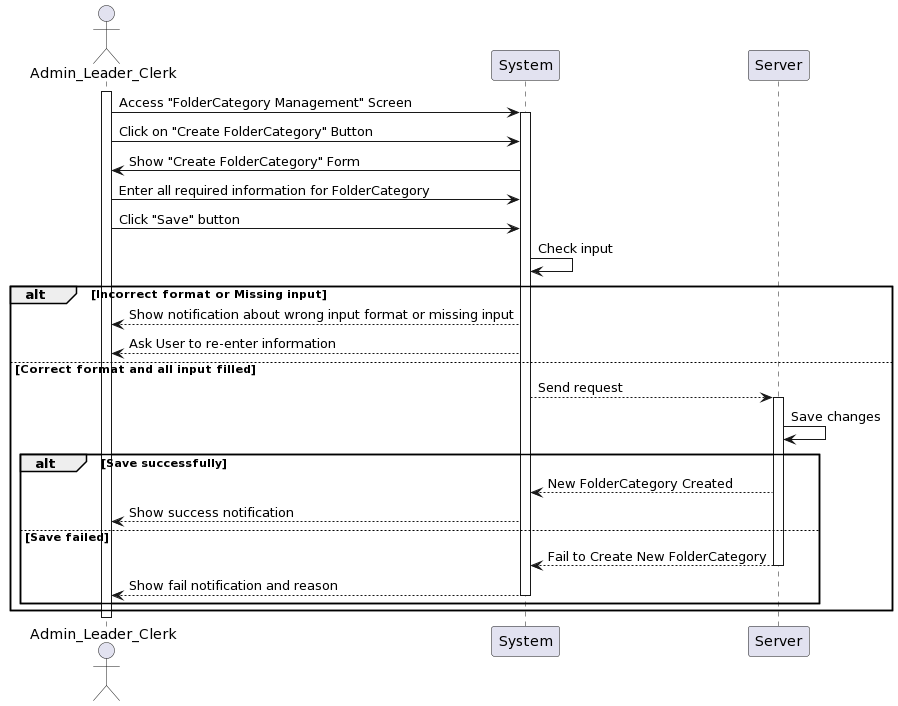
khoapham1003/SE357-Pratice-class keeps this PlantUML diagram as Lab1/Lab1.2/SequenceDiagram/FolderCategory/CreateFolderCategory/CreateFolderCategory_SequenceDiagram.png. Above is the earlier version. Its diagram source:
```plantuml
@startuml
actor Admin_Leader_Clerk as User
participant System
participant Server

activate User
User -> System: Access "FolderCategory Management" Screen
activate System
User -> System: Click on "Create FolderCategory" Button
System -> User: Show "Create FolderCategory" Form
User -> System: Enter all required information for FolderCategory
User -> System: Click "Save" button
System -> System: Check input
alt Incorrect format or Missing input
    System --> User: Show notification about wrong input format or missing input
    System --> User: Ask User to re-enter information
else Correct format and all input filled
    System --> Server: Send request
activate Server
    Server -> Server: Save changes
    alt Save successfully
        Server --> System: New FolderCategory Created
        System --> User: Show success notification
    else Save failed
        Server --> System:Fail to Create New FolderCategory
deactivate Server
        System --> User: Show fail notification and reason
deactivate System
    end
end
deactivate User
@enduml
```
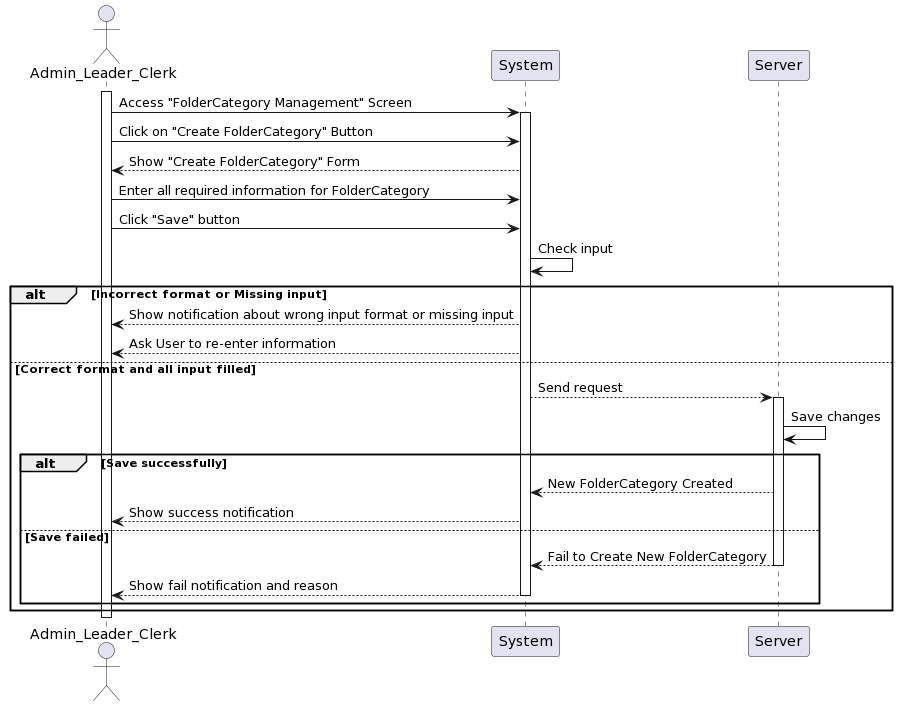
After the change.

Diff of the diagram source:
```diff
@@ -7,7 +7,7 @@
 User -> System: Access "FolderCategory Management" Screen
 activate System
 User -> System: Click on "Create FolderCategory" Button
-System -> User: Show "Create FolderCategory" Form
+System --> User: Show "Create FolderCategory" Form
 User -> System: Enter all required information for FolderCategory
 User -> System: Click "Save" button
 System -> System: Check input
```
